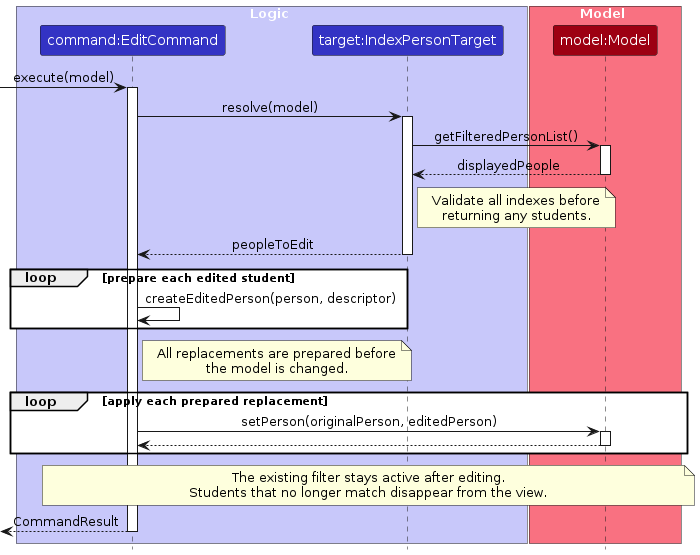
The PlantUML diagram diagrams/EditSequenceDiagram.png in AY2627S1-CS2103T-T11-2/tp, before a commit. Its source is kept beside it as diagrams/EditSequenceDiagram.puml.
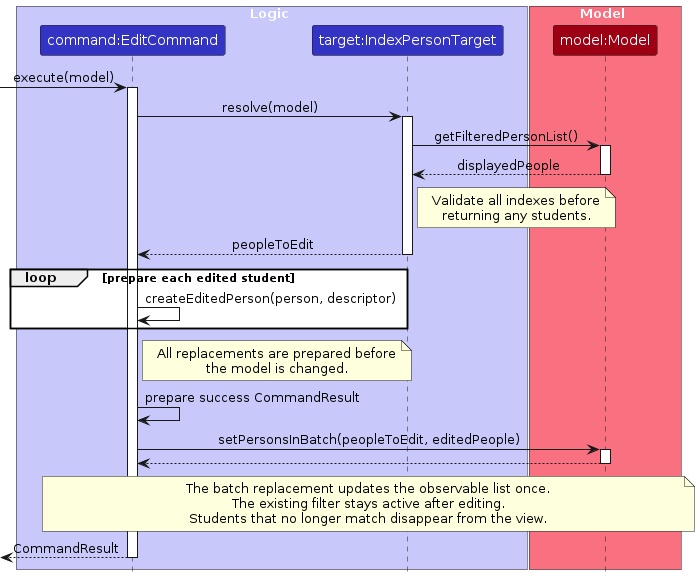
Later version of the same file.

What changed in the source:
```diff
@@ -31,12 +31,12 @@
   the model is changed.
 end note
 
-loop apply each prepared replacement
-    EditCommand -> Model ++: setPerson(originalPerson, editedPerson)
-    Model --> EditCommand --
-end
+EditCommand -> EditCommand : prepare success CommandResult
+EditCommand -> Model ++: setPersonsInBatch(peopleToEdit, editedPeople)
+Model --> EditCommand --
 
 note over EditCommand, Model
+  The batch replacement updates the observable list once.
   The existing filter stays active after editing.
   Students that no longer match disappear from the view.
 end note
```
